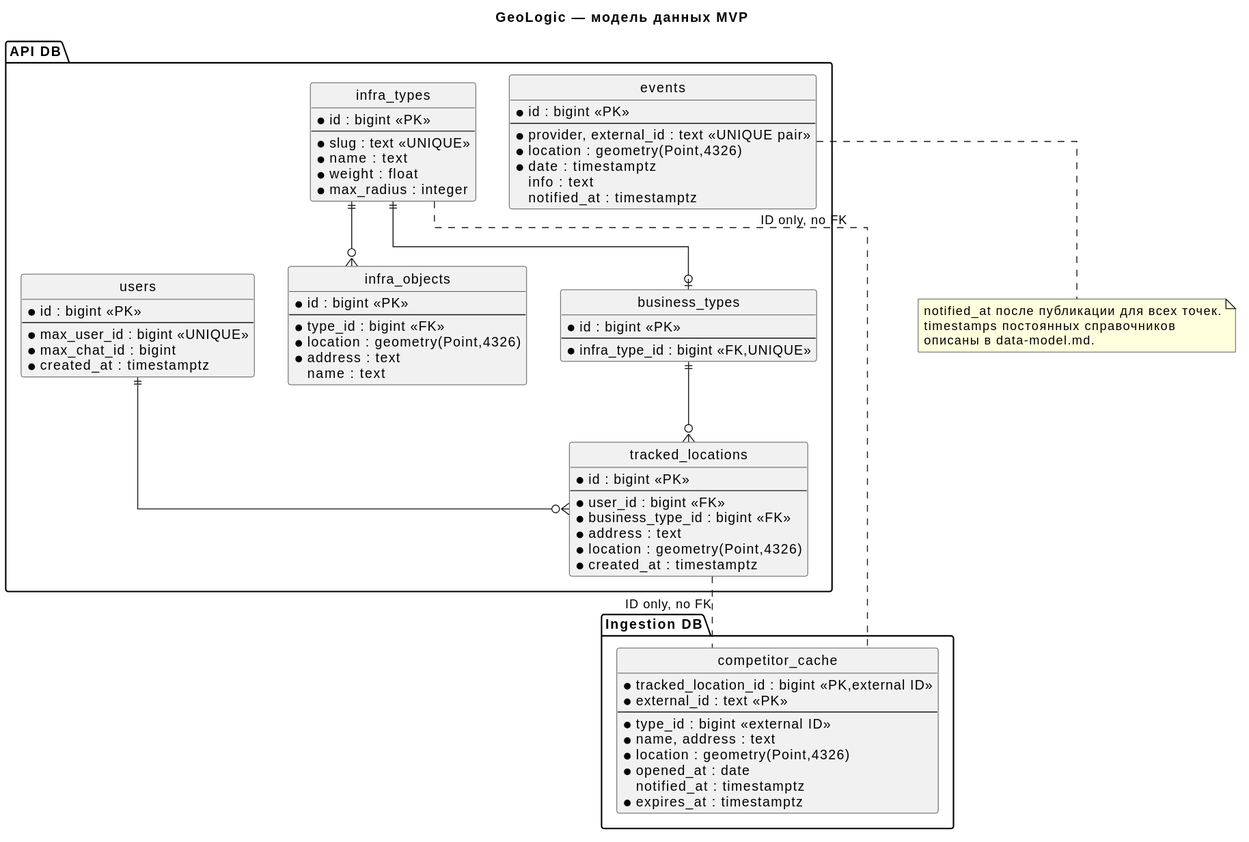
Above: docs/diagrams/rendered/er-model.svg in kotafan1rich/GeoLogic-Monitor (PlantUML), before the change.
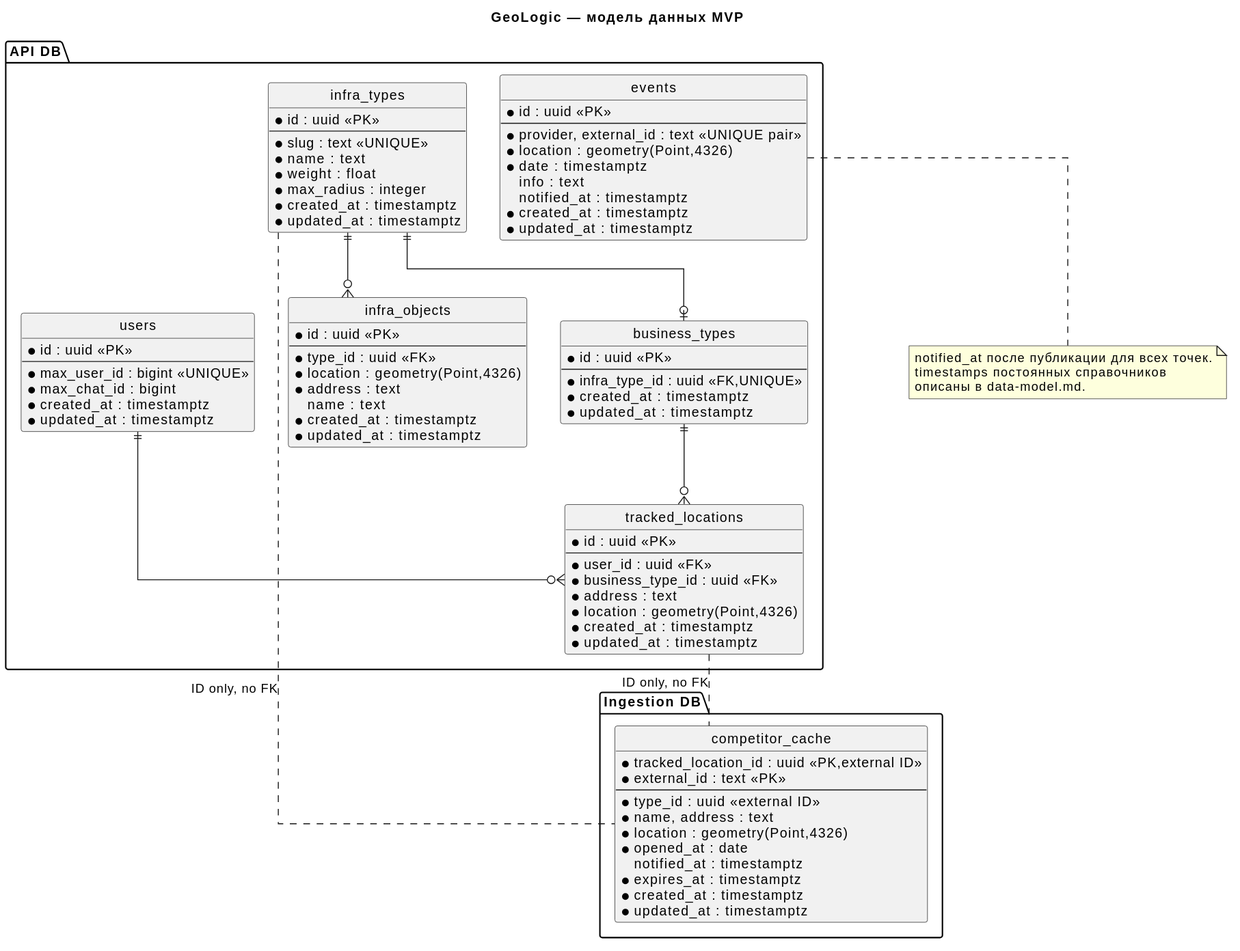
Above is the later version.

What changed in the source:
```diff
@@ -4,63 +4,75 @@
 skinparam linetype ortho
 package "API DB" {
 entity users {
- * id : bigint <<PK>>
+ * id : uuid <<PK>>
  --
  * max_user_id : bigint <<UNIQUE>>
  * max_chat_id : bigint
  * created_at : timestamptz
+ * updated_at : timestamptz
 }
 entity tracked_locations {
- * id : bigint <<PK>>
+ * id : uuid <<PK>>
  --
- * user_id : bigint <<FK>>
- * business_type_id : bigint <<FK>>
+ * user_id : uuid <<FK>>
+ * business_type_id : uuid <<FK>>
  * address : text
  * location : geometry(Point,4326)
  * created_at : timestamptz
+ * updated_at : timestamptz
 }
 entity infra_types {
- * id : bigint <<PK>>
+ * id : uuid <<PK>>
  --
  * slug : text <<UNIQUE>>
  * name : text
  * weight : float
  * max_radius : integer
+ * created_at : timestamptz
+ * updated_at : timestamptz
 }
 entity infra_objects {
- * id : bigint <<PK>>
+ * id : uuid <<PK>>
  --
- * type_id : bigint <<FK>>
+ * type_id : uuid <<FK>>
  * location : geometry(Point,4326)
  * address : text
  name : text
+ * created_at : timestamptz
+ * updated_at : timestamptz
 }
 entity business_types {
- * id : bigint <<PK>>
+ * id : uuid <<PK>>
  --
- * infra_type_id : bigint <<FK,UNIQUE>>
+ * infra_type_id : uuid <<FK,UNIQUE>>
+ * created_at : timestamptz
+ * updated_at : timestamptz
 }
 entity events {
- * id : bigint <<PK>>
+ * id : uuid <<PK>>
  --
  * provider, external_id : text <<UNIQUE pair>>
  * location : geometry(Point,4326)
  * date : timestamptz
  info : text
  notified_at : timestamptz
+ * created_at : timestamptz
+ * updated_at : timestamptz
 }
 }
 package "Ingestion DB" {
 entity competitor_cache {
- * tracked_location_id : bigint <<PK,external ID>>
+ * tracked_location_id : uuid <<PK,external ID>>
  * external_id : text <<PK>>
  --
- * type_id : bigint <<external ID>>
+ * type_id : uuid <<external ID>>
  * name, address : text
  * location : geometry(Point,4326)
  * opened_at : date
  notified_at : timestamptz
  * expires_at : timestamptz
+ * created_at : timestamptz
+ * updated_at : timestamptz
 }
 }
 users ||--o{ tracked_locations
```
